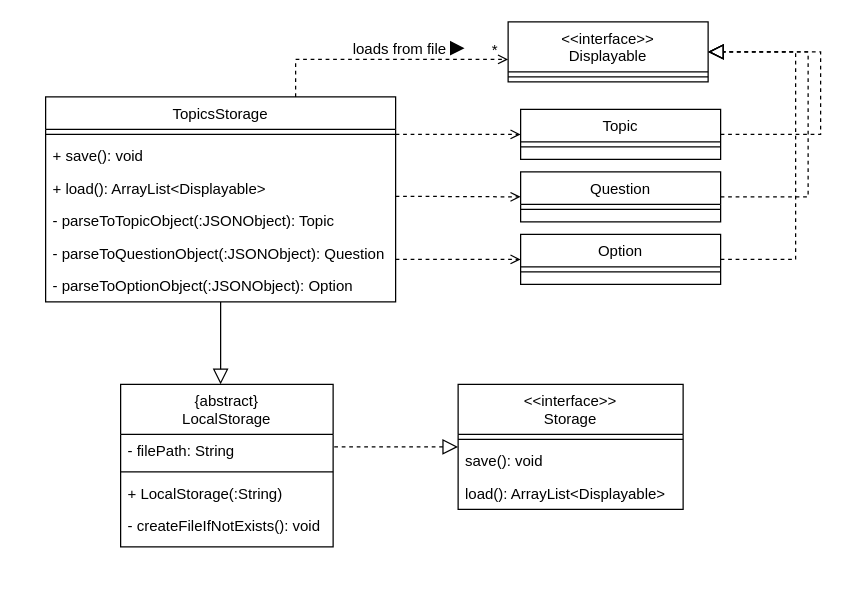
nus-cs2113-AY2021S1/tp keeps this draw.io diagram as docs/diagrams/TopicsStorage.drawio. Above is the earlier version. Source tidied: cells renumbered, new cells numbered last; positions are measured from the earlier drawing's top-left corner, leaving out a move shared by most shapes. Both pictures are drawn from the tidied source at 125%, with x=0, y=0 at pixel (45, 21).
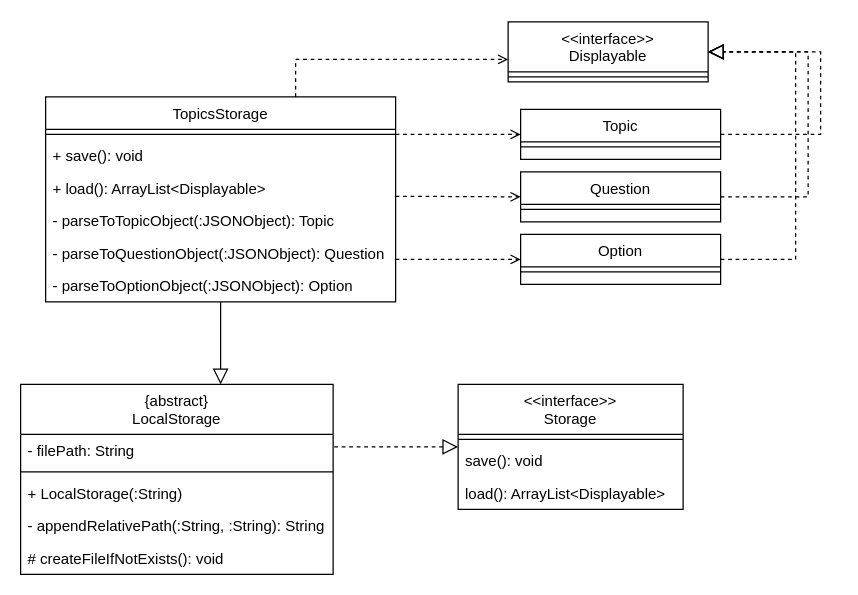
After the change.

Commit message (it also covers changes not shown here):
Fix protected method

The change refers to these unchanged cells:
```xml
<mxCell id="7" style="endArrow=open;shadow=0;strokeWidth=1;rounded=0;endFill=1;edgeStyle=elbowEdgeStyle;elbow=vertical;dashed=1;" parent="1" edge="1" source="10" target="32">
  <mxGeometry x="0.5" y="41" relative="1" as="geometry">
    <Array as="points">
      <mxPoint x="200" y="30" />
    </Array>
    <mxPoint x="-40" y="32" as="offset" />
  </mxGeometry>
</mxCell>
```

Diff of the diagram source:
```diff
@@
-    <mxCell id="8" value="*" style="align=right;verticalAlign=bottom;labelBackgroundColor=none;fontSize=12;" parent="7" vertex="1">
-      <mxGeometry x="1" relative="1" as="geometry">
-        <mxPoint x="-7" y="1" as="offset" />
-      </mxGeometry>
-    </mxCell>
-    <mxCell id="9" value="loads from file" style="text;html=1;align=center;verticalAlign=middle;labelBackgroundColor=none;rounded=0;shadow=0;strokeWidth=1;fontSize=12;" parent="7" vertex="1">
-      <mxGeometry x="0.5" y="49" relative="1" as="geometry">
-        <mxPoint x="-38" y="40" as="offset" />
-      </mxGeometry>
-    </mxCell>
@@
     <mxCell id="23" value="{abstract}&#10;LocalStorage" style="swimlane;fontStyle=0;align=center;verticalAlign=top;horizontal=1;startSize=40;rounded=0;shadow=0;strokeWidth=1;" parent="1" vertex="1">
-      <mxGeometry x="60" y="290" width="170" height="130" as="geometry" />
+      <mxGeometry x="-20" y="290" width="250" height="152" as="geometry" />
     </mxCell>
     <mxCell id="24" value="- filePath: String" style="text;align=left;verticalAlign=top;spacingLeft=4;spacingRight=4;overflow=hidden;" parent="23" vertex="1">
-      <mxGeometry y="40" width="170" height="26" as="geometry" />
+      <mxGeometry y="40" width="250" height="26" as="geometry" />
     </mxCell>
     <mxCell id="25" style="line;html=1;strokeWidth=1;align=left;verticalAlign=middle;spacingTop=-1;spacingLeft=3;spacingRight=3;labelPosition=right;" parent="23" vertex="1">
-      <mxGeometry y="66" width="170" height="8" as="geometry" />
+      <mxGeometry y="66" width="250" height="8" as="geometry" />
     </mxCell>
+    <mxCell id="38" value="+ LocalStorage(:String)" style="text;align=left;verticalAlign=top;spacingLeft=4;spacingRight=4;overflow=hidden;fontStyle=0;" parent="23" vertex="1">
+      <mxGeometry y="74" width="250" height="26" as="geometry" />
+    </mxCell>
-    <mxCell id="26" value="+ LocalStorage(:String)" style="text;align=left;verticalAlign=top;spacingLeft=4;spacingRight=4;overflow=hidden;fontStyle=0;" parent="23" vertex="1">
-      <mxGeometry y="74" width="170" height="26" as="geometry" />
+    <mxCell id="26" value="- appendRelativePath(:String, :String): String" style="text;align=left;verticalAlign=top;spacingLeft=4;spacingRight=4;overflow=hidden;fontStyle=0;" parent="23" vertex="1">
+      <mxGeometry y="100" width="250" height="26" as="geometry" />
     </mxCell>
-    <mxCell id="27" value="- createFileIfNotExists(): void" style="text;align=left;verticalAlign=top;spacingLeft=4;spacingRight=4;overflow=hidden;fontStyle=0;" parent="23" vertex="1">
-      <mxGeometry y="100" width="170" height="26" as="geometry" />
+    <mxCell id="27" value="# createFileIfNotExists(): void" style="text;align=left;verticalAlign=top;spacingLeft=4;spacingRight=4;overflow=hidden;fontStyle=0;" parent="23" vertex="1">
+      <mxGeometry y="126" width="250" height="26" as="geometry" />
     </mxCell>
@@
-    <mxCell id="37" style="triangle;whiteSpace=wrap;html=1;fillColor=#030303;" parent="1" vertex="1">
-      <mxGeometry x="324" y="16" width="10" height="10" as="geometry" />
-    </mxCell>
```
